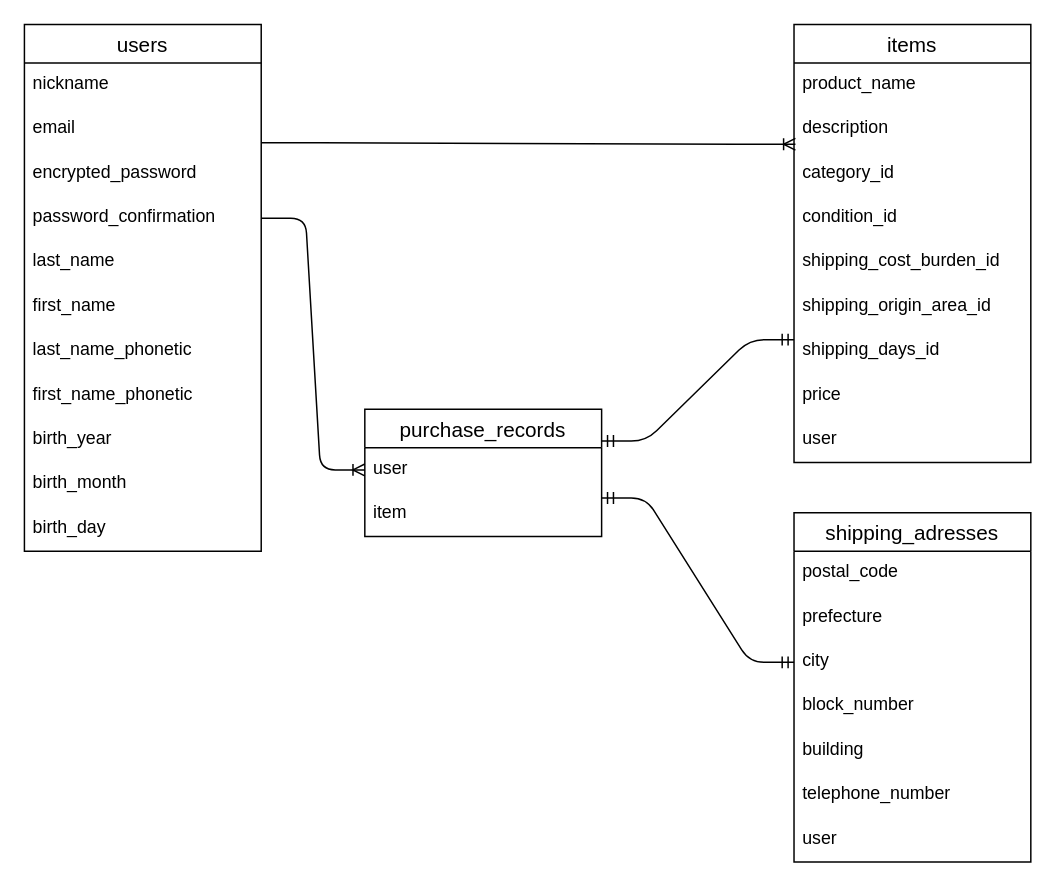
The draw.io diagram FURIMA-39324.dio in masaru-kunimatsu/furima-39324, before the edit. Source tidied: cells renumbered, new cells numbered last; positions are measured from the earlier drawing's top-left corner, leaving out a move shared by most shapes. Both pictures are drawn from the tidied source at 148%, with x=0, y=0 at pixel (24, 24).
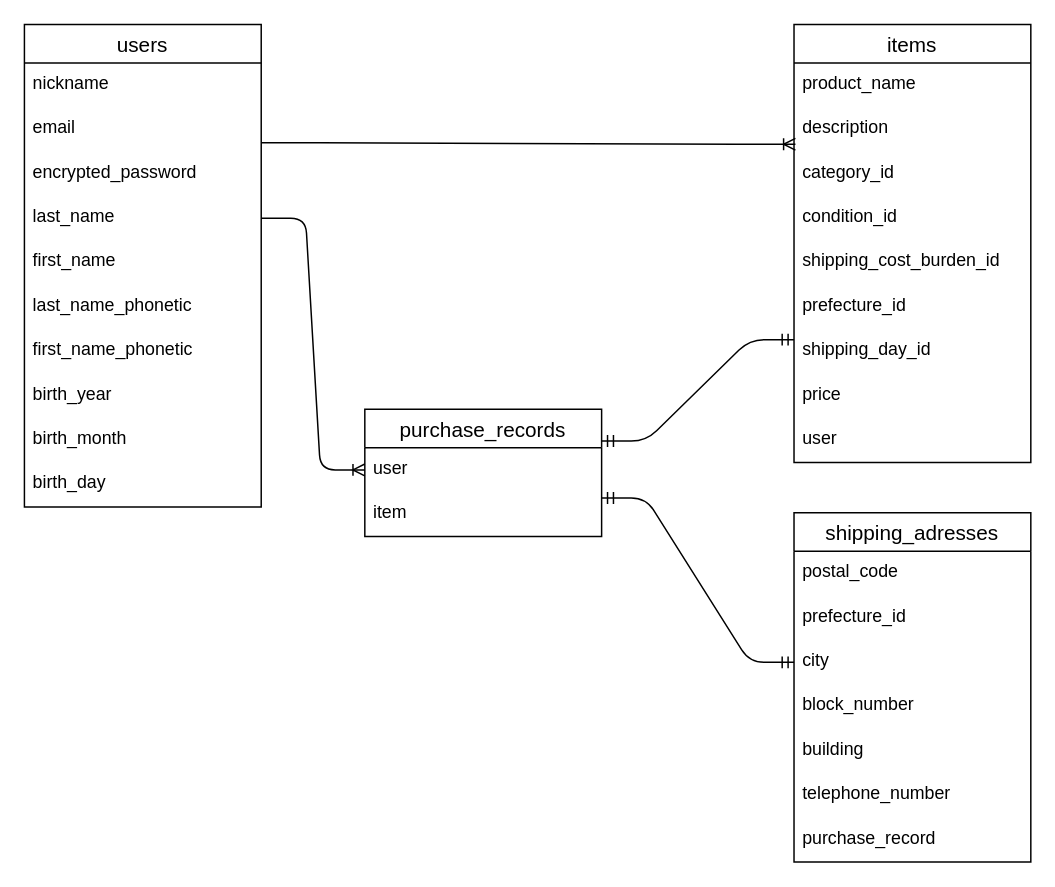
Above is the later version.

Unchanged cells that the change refers to:
```xml
<mxCell id="14" value="items" style="swimlane;fontStyle=0;horizontal=1;startSize=26;align=center;fontSize=14;" parent="1" vertex="1">
  <mxGeometry x="520" width="160" height="296" as="geometry" />
</mxCell>
<mxCell id="27" value="shipping_adresses" style="swimlane;fontStyle=0;horizontal=1;startSize=26;align=center;fontSize=14;" parent="1" vertex="1">
  <mxGeometry x="520" y="330" width="160" height="236" as="geometry" />
</mxCell>
```

Diff of the diagram source:
```diff
@@
     <mxCell id="2" value="users" style="swimlane;fontStyle=0;horizontal=1;startSize=26;align=center;fontSize=14;" parent="1" vertex="1">
-      <mxGeometry width="160" height="356" as="geometry" />
+      <mxGeometry width="160" height="326" as="geometry" />
     </mxCell>
@@
-    <mxCell id="6" value="password_confirmation" style="text;strokeColor=none;fillColor=none;spacingLeft=4;spacingRight=4;overflow=hidden;points=[[0,0.5],[1,0.5]];portConstraint=eastwest;fontSize=12;" parent="2" vertex="1">
-      <mxGeometry y="116" width="160" height="30" as="geometry" />
-    </mxCell>
     <mxCell id="7" value="last_name" style="text;strokeColor=none;fillColor=none;spacingLeft=4;spacingRight=4;overflow=hidden;fontSize=12;" parent="2" vertex="1">
-      <mxGeometry y="146" width="160" height="30" as="geometry" />
+      <mxGeometry y="116" width="160" height="30" as="geometry" />
     </mxCell>
     <mxCell id="8" value="first_name" style="text;strokeColor=none;fillColor=none;spacingLeft=4;spacingRight=4;overflow=hidden;fontSize=12;" parent="2" vertex="1">
-      <mxGeometry y="176" width="160" height="30" as="geometry" />
+      <mxGeometry y="146" width="160" height="30" as="geometry" />
     </mxCell>
     <mxCell id="9" value="last_name_phonetic" style="text;strokeColor=none;fillColor=none;spacingLeft=4;spacingRight=4;overflow=hidden;fontSize=12;" parent="2" vertex="1">
-      <mxGeometry y="206" width="160" height="30" as="geometry" />
+      <mxGeometry y="176" width="160" height="30" as="geometry" />
     </mxCell>
     <mxCell id="10" value="first_name_phonetic" style="text;strokeColor=none;fillColor=none;spacingLeft=4;spacingRight=4;overflow=hidden;fontSize=12;" parent="2" vertex="1">
-      <mxGeometry y="236" width="160" height="30" as="geometry" />
+      <mxGeometry y="206" width="160" height="30" as="geometry" />
     </mxCell>
     <mxCell id="11" value="birth_year" style="text;strokeColor=none;fillColor=none;spacingLeft=4;spacingRight=4;overflow=hidden;fontSize=12;" parent="2" vertex="1">
-      <mxGeometry y="266" width="160" height="30" as="geometry" />
+      <mxGeometry y="236" width="160" height="30" as="geometry" />
     </mxCell>
     <mxCell id="12" value="birth_month" style="text;strokeColor=none;fillColor=none;spacingLeft=4;spacingRight=4;overflow=hidden;fontSize=12;" parent="2" vertex="1">
-      <mxGeometry y="296" width="160" height="30" as="geometry" />
+      <mxGeometry y="266" width="160" height="30" as="geometry" />
     </mxCell>
     <mxCell id="13" value="birth_day" style="text;strokeColor=none;fillColor=none;spacingLeft=4;spacingRight=4;overflow=hidden;fontSize=12;" parent="2" vertex="1">
-      <mxGeometry y="326" width="160" height="30" as="geometry" />
+      <mxGeometry y="296" width="160" height="30" as="geometry" />
     </mxCell>
@@
-    <mxCell id="20" value="shipping_origin_area_id" style="text;strokeColor=none;fillColor=none;spacingLeft=4;spacingRight=4;overflow=hidden;fontSize=12;" parent="14" vertex="1">
+    <mxCell id="20" value="prefecture_id" style="text;strokeColor=none;fillColor=none;spacingLeft=4;spacingRight=4;overflow=hidden;fontSize=12;" parent="14" vertex="1">
       <mxGeometry y="176" width="160" height="30" as="geometry" />
     </mxCell>
-    <mxCell id="21" value="shipping_days_id" style="text;strokeColor=none;fillColor=none;spacingLeft=4;spacingRight=4;overflow=hidden;fontSize=12;" parent="14" vertex="1">
+    <mxCell id="21" value="shipping_day_id" style="text;strokeColor=none;fillColor=none;spacingLeft=4;spacingRight=4;overflow=hidden;fontSize=12;" parent="14" vertex="1">
       <mxGeometry y="206" width="160" height="30" as="geometry" />
     </mxCell>
@@
-    <mxCell id="29" value="prefecture" style="text;strokeColor=none;fillColor=none;spacingLeft=4;spacingRight=4;overflow=hidden;fontSize=12;" parent="27" vertex="1">
+    <mxCell id="29" value="prefecture_id" style="text;strokeColor=none;fillColor=none;spacingLeft=4;spacingRight=4;overflow=hidden;fontSize=12;" parent="27" vertex="1">
       <mxGeometry y="56" width="160" height="30" as="geometry" />
     </mxCell>
@@
-    <mxCell id="34" value="user" style="text;strokeColor=none;fillColor=none;spacingLeft=4;spacingRight=4;overflow=hidden;fontSize=12;" parent="27" vertex="1">
+    <mxCell id="34" value="purchase_record" style="text;strokeColor=none;fillColor=none;spacingLeft=4;spacingRight=4;overflow=hidden;fontSize=12;" parent="27" vertex="1">
       <mxGeometry y="206" width="160" height="30" as="geometry" />
     </mxCell>
@@
-    <mxCell id="36" style="edgeStyle=entityRelationEdgeStyle;fontSize=12;html=1;endArrow=ERoneToMany;" parent="1" edge="1" source="6">
+    <mxCell id="36" style="edgeStyle=entityRelationEdgeStyle;fontSize=12;html=1;endArrow=ERoneToMany;" parent="1" edge="1">
       <mxGeometry relative="1" as="geometry">
+        <mxPoint x="160" y="131" as="sourcePoint" />
         <mxPoint x="230" y="301" as="targetPoint" />
       </mxGeometry>
     </mxCell>
```
